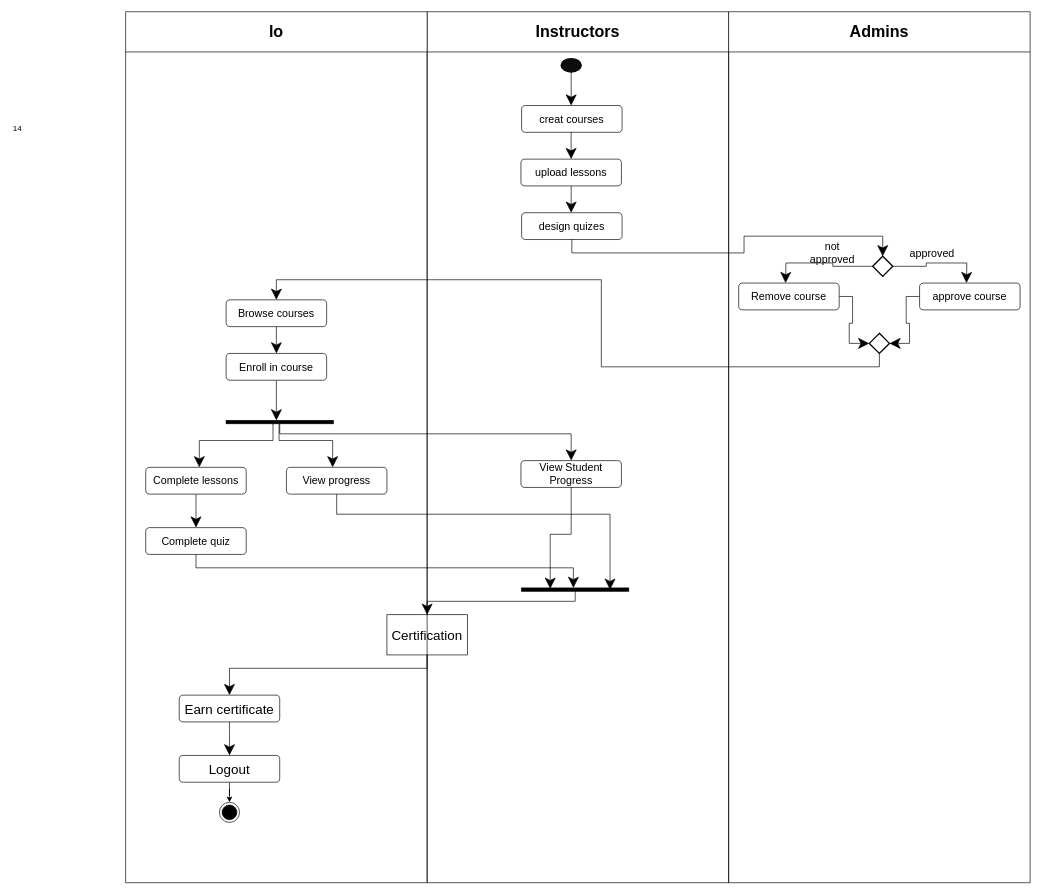
This is Diagrams/activity diagram.drawio from Smook-e/Prog2_lab6, a draw.io file, before an edit. Source tidied: cells renumbered, new cells numbered last; positions are measured from the earlier drawing's top-left corner, leaving out a move shared by most shapes. Both pictures are drawn from the tidied source at 67%, with x=0, y=0 at pixel (11, 11).
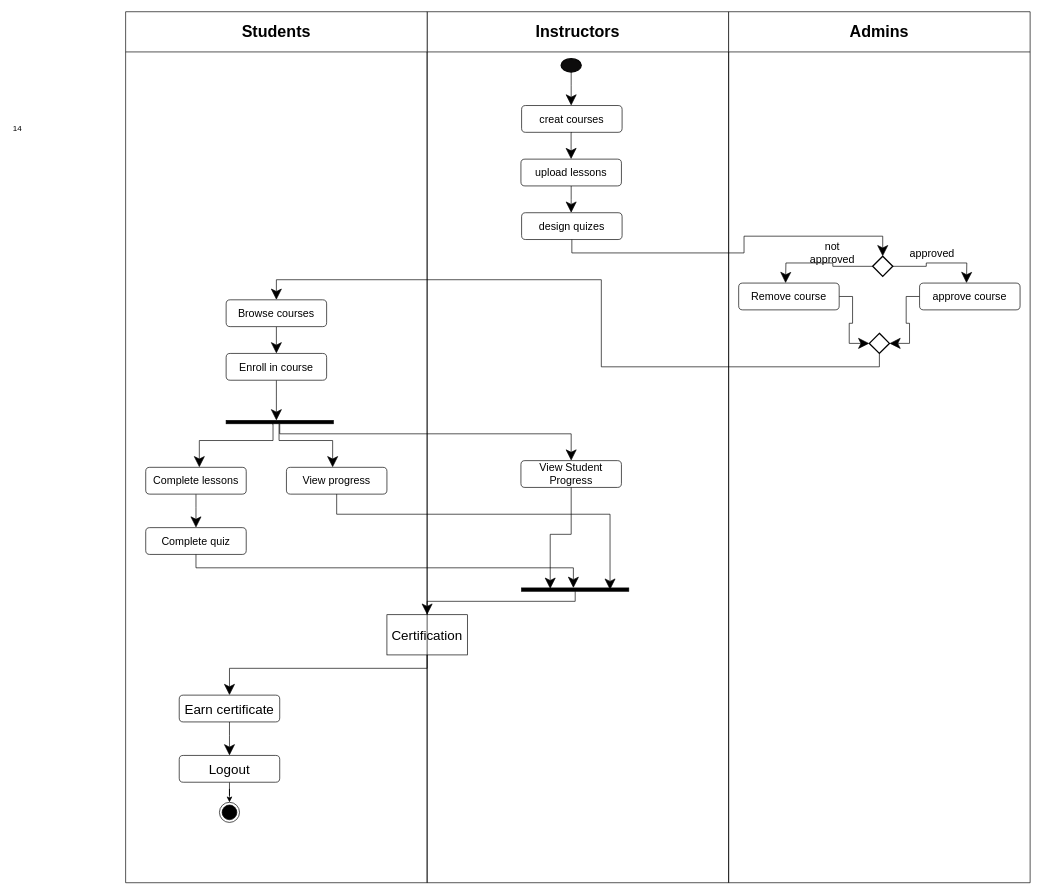
Above is the later version.

Change to the diagram source:
```diff
@@
-    <mxCell id="15" value="lo" style="swimlane;whiteSpace=wrap;html=1;startSize=60;strokeWidth=1;fontSize=24;" parent="1" vertex="1">
+    <mxCell id="15" value="Students" style="swimlane;whiteSpace=wrap;html=1;startSize=60;strokeWidth=1;fontSize=24;" parent="1" vertex="1">
       <mxGeometry x="170" width="450" height="1300" as="geometry" />
     </mxCell>
```
